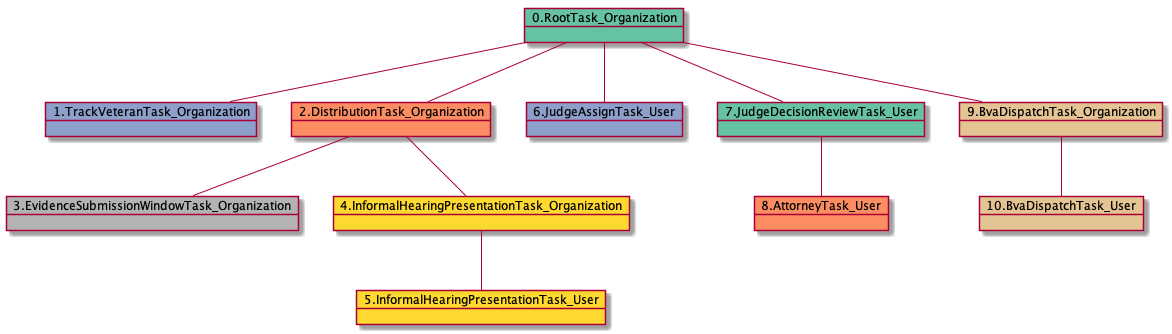
Earlier version of the PlantUML export docs-ES/uml/RTO.TVTO.DTO.ESWTO.IHPTO.IHPTU.JATU-15370.png (yoomlam/graphing).
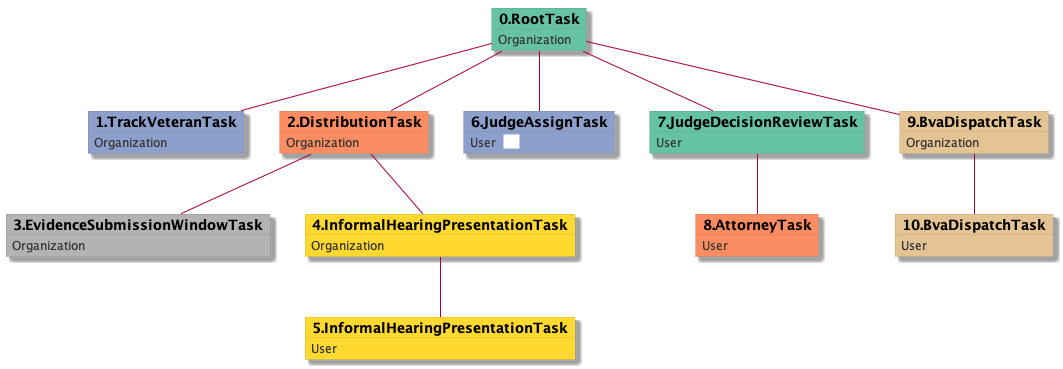
Later version of the same file.

What changed in the source:
```diff
@@ -1,23 +1,53 @@
 @startuml
-object 0.RootTask_Organization #66c2a5
-object 1.TrackVeteranTask_Organization #8da0cb
-object 2.DistributionTask_Organization #fc8d62
-object 3.EvidenceSubmissionWindowTask_Organization #b3b3b3
-object 4.InformalHearingPresentationTask_Organization #ffd92f
-object 5.InformalHearingPresentationTask_User #ffd92f
-object 6.JudgeAssignTask_User #8da0cb
-object 7.JudgeDecisionReviewTask_User #66c2a5
-object 8.AttorneyTask_User #fc8d62
-object 9.BvaDispatchTask_Organization #e5c494
-object 10.BvaDispatchTask_User #e5c494
-0.RootTask_Organization -- 1.TrackVeteranTask_Organization
-0.RootTask_Organization -- 2.DistributionTask_Organization
-2.DistributionTask_Organization -- 3.EvidenceSubmissionWindowTask_Organization
-2.DistributionTask_Organization -- 4.InformalHearingPresentationTask_Organization
-4.InformalHearingPresentationTask_Organization -- 5.InformalHearingPresentationTask_User
-0.RootTask_Organization -- 6.JudgeAssignTask_User
-0.RootTask_Organization -- 7.JudgeDecisionReviewTask_User
-7.JudgeDecisionReviewTask_User -- 8.AttorneyTask_User
-0.RootTask_Organization -- 9.BvaDispatchTask_Organization
-9.BvaDispatchTask_Organization -- 10.BvaDispatchTask_User
+skinparam {
+  ObjectBorderColor #555
+  ObjectBorderThickness 0
+  ObjectFontStyle bold
+  ObjectFontSize 14
+  ObjectAttributeFontColor #333
+  ObjectAttributeFontSize 12
+}
+  object 0.RootTask #66c2a5 {
+Organization
+}
+  object 1.TrackVeteranTask #8da0cb {
+Organization
+}
+  object 2.DistributionTask #fc8d62 {
+Organization
+}
+  object 3.EvidenceSubmissionWindowTask #b3b3b3 {
+Organization
+}
+  object 4.InformalHearingPresentationTask #ffd92f {
+Organization
+}
+  object 5.InformalHearingPresentationTask #ffd92f {
+User
+}
+  object 6.JudgeAssignTask #8da0cb {
+User  <back:white>    </back>
+}
+  object 7.JudgeDecisionReviewTask #66c2a5 {
+User
+}
+  object 8.AttorneyTask #fc8d62 {
+User
+}
+  object 9.BvaDispatchTask #e5c494 {
+Organization
+}
+  object 10.BvaDispatchTask #e5c494 {
+User
+}
+0.RootTask -- 1.TrackVeteranTask
+0.RootTask -- 2.DistributionTask
+2.DistributionTask -- 3.EvidenceSubmissionWindowTask
+2.DistributionTask -- 4.InformalHearingPresentationTask
+4.InformalHearingPresentationTask -- 5.InformalHearingPresentationTask
+0.RootTask -- 6.JudgeAssignTask
+0.RootTask -- 7.JudgeDecisionReviewTask
+7.JudgeDecisionReviewTask -- 8.AttorneyTask
+0.RootTask -- 9.BvaDispatchTask
+9.BvaDispatchTask -- 10.BvaDispatchTask
 @enduml
```
